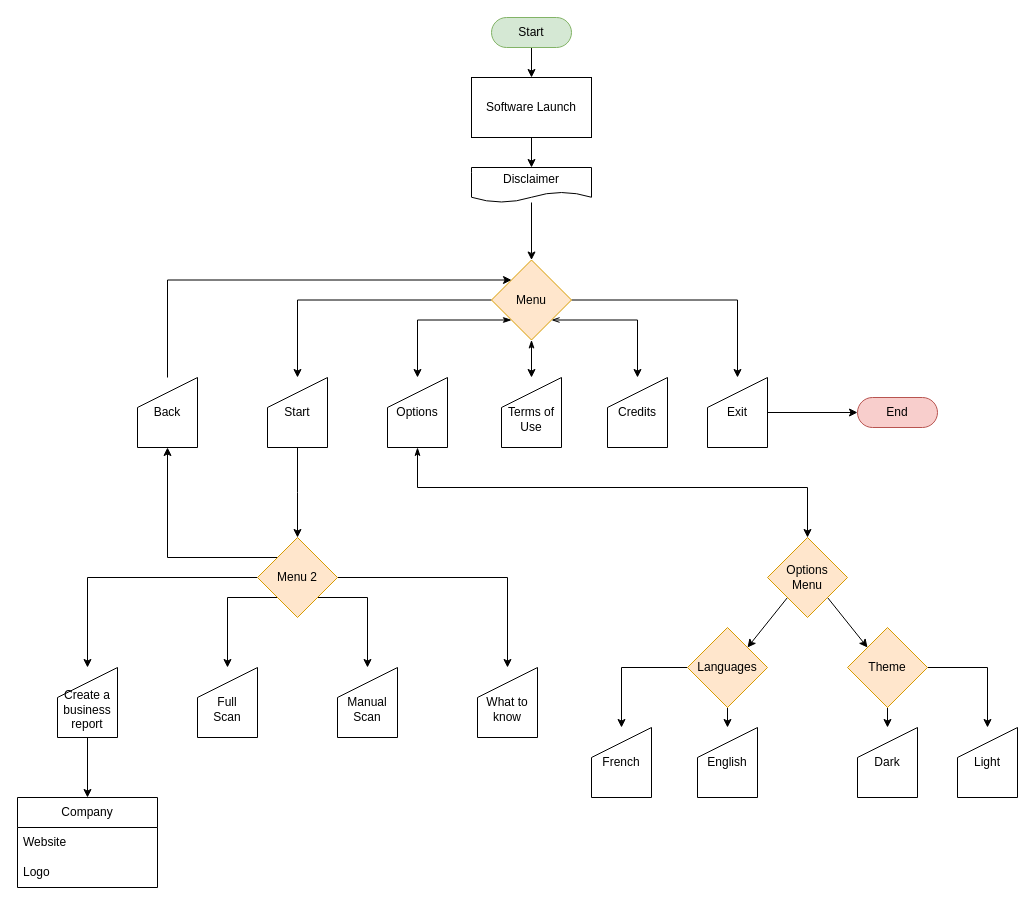
Earlier version of the draw.io diagram draw.io/PenAutomate.drawio (GigiMad/PenAutomate). Source tidied: cells renumbered, new cells numbered last; positions are measured from the earlier drawing's top-left corner, leaving out a move shared by most shapes. Both pictures are drawn from the tidied source at 100%, with x=0, y=0 at pixel (17, 17).
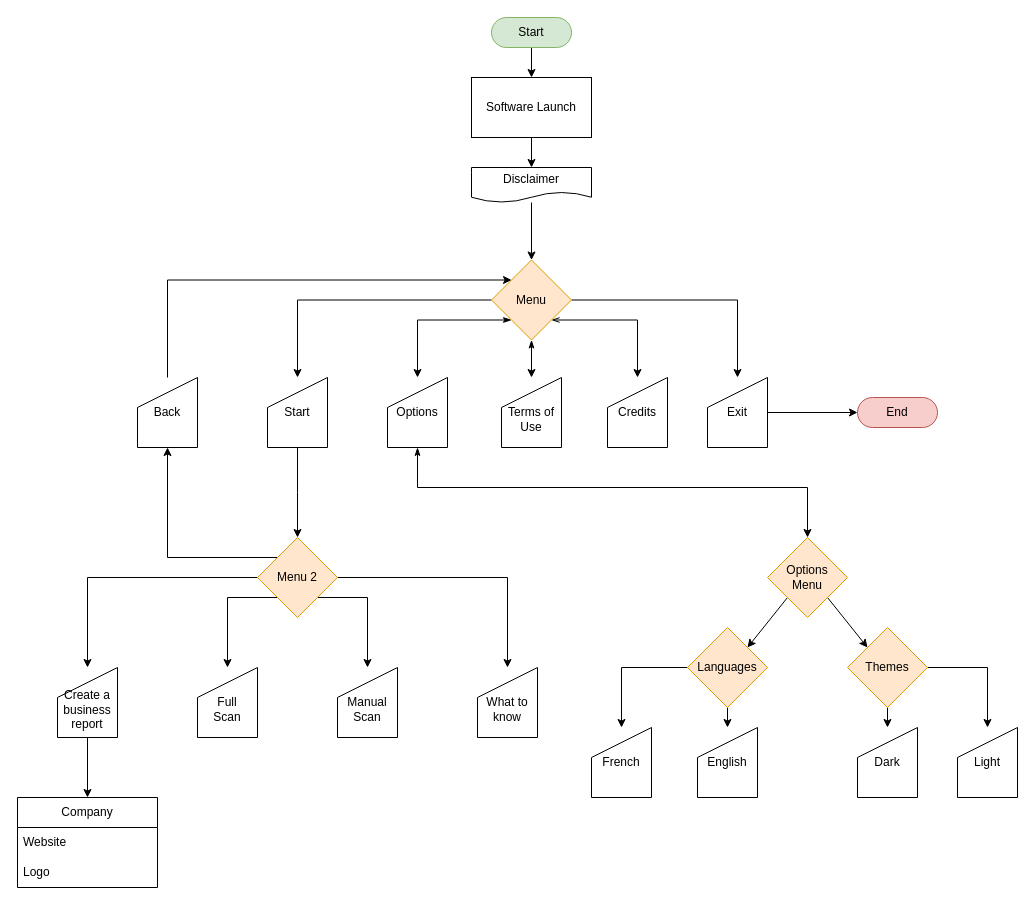
The same page after the edit.

Commit message:
Mettre à jour PenAutomate.drawio

The edit, as a diff of the source:
```diff
@@
-    <mxCell id="44" value="Theme" style="rhombus;whiteSpace=wrap;html=1;dashed=0;fillColor=#ffe6cc;strokeColor=#d79b00;" parent="1" vertex="1">
+    <mxCell id="44" value="Themes" style="rhombus;whiteSpace=wrap;html=1;dashed=0;fillColor=#ffe6cc;strokeColor=#d79b00;" parent="1" vertex="1">
       <mxGeometry x="830" y="610" width="80" height="80" as="geometry" />
     </mxCell>
```
